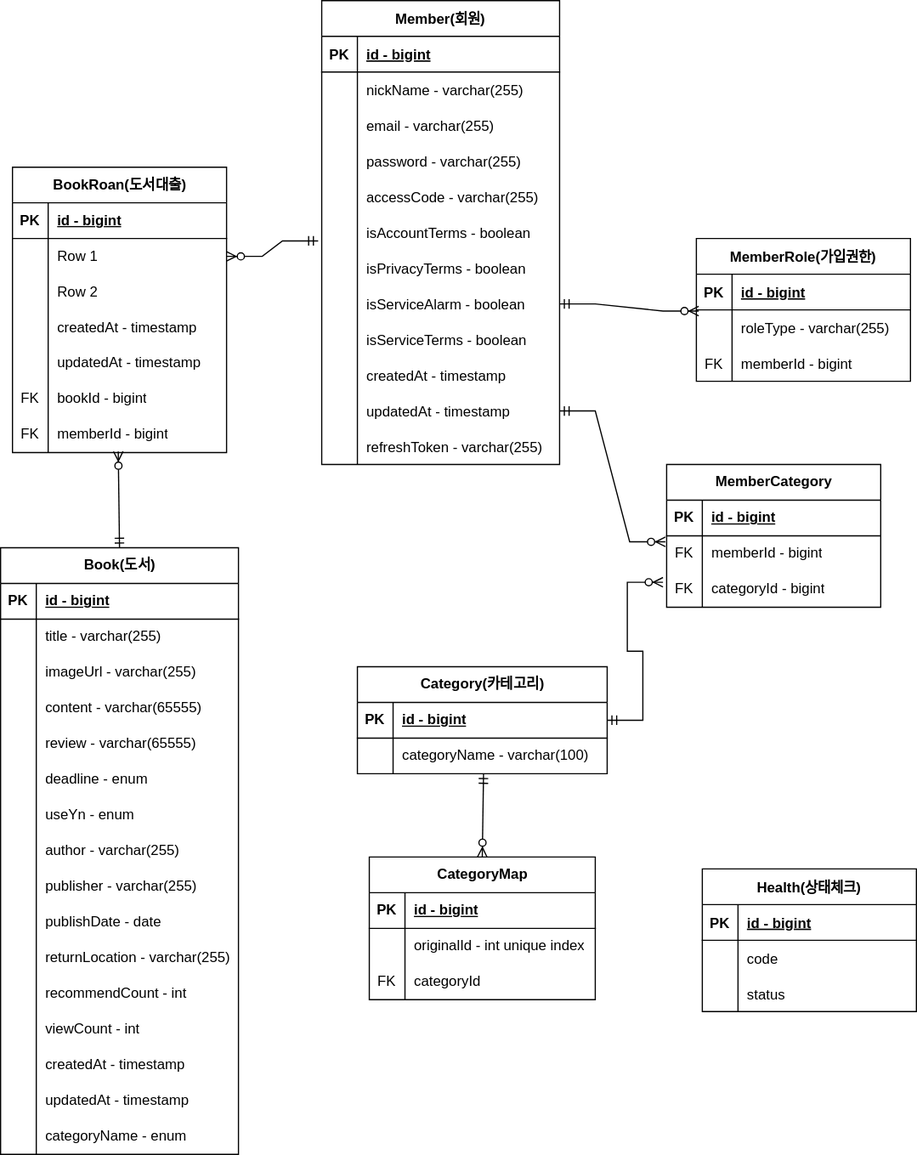
dukki-labs/litarary keeps this draw.io diagram as document/litarary.drawio.svg. Above is the earlier version. Source tidied: cells renumbered, new cells last; positions are measured from the earlier drawing's top-left corner, leaving out a move shared by most shapes.
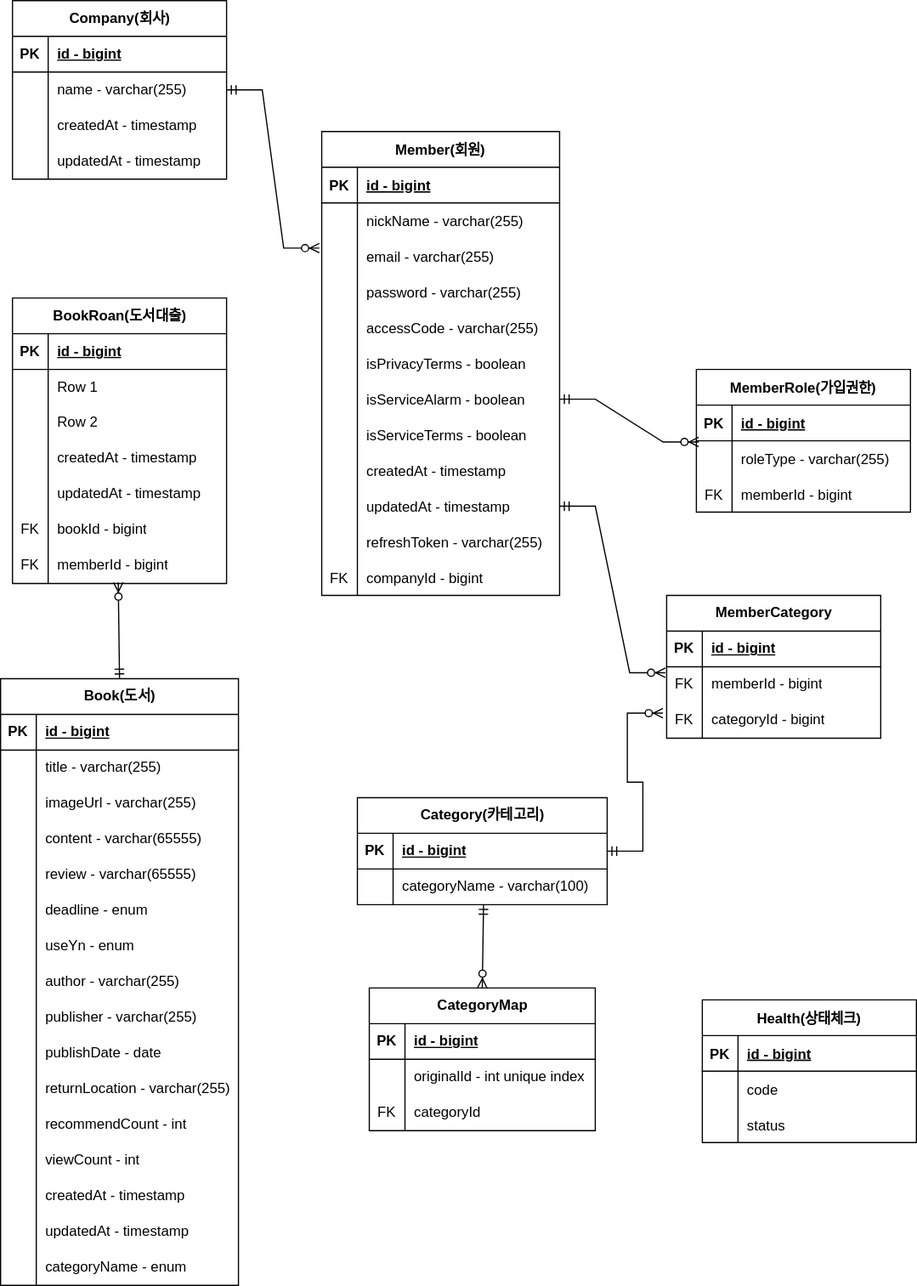
After the change.

What changed in the source:
```diff
@@ -80,17 +80,8 @@
     <mxCell id="27" value="accessCode - varchar(255)" style="shape=partialRectangle;fillColor=none;top=0;left=0;bottom=0;right=0;align=left;spacingLeft=6;overflow=hidden;" parent="25" vertex="1">
       <mxGeometry x="30" width="170" height="30" as="geometry" />
     </mxCell>
-    <mxCell id="28" style="shape=tableRow;horizontal=0;startSize=0;swimlaneHead=0;swimlaneBody=0;fillColor=none;points=[[0,0.5],[1,0.5]];portConstraint=eastwest;top=0;left=0;right=0;bottom=0;" parent="12" vertex="1">
-      <mxGeometry y="180" width="200" height="30" as="geometry" />
-    </mxCell>
-    <mxCell id="29" style="shape=partialRectangle;fillColor=none;top=0;left=0;bottom=0;right=0;overflow=hidden;" parent="28" vertex="1">
-      <mxGeometry width="30" height="30" as="geometry" />
-    </mxCell>
-    <mxCell id="30" value="isAccountTerms - boolean" style="shape=partialRectangle;fillColor=none;top=0;left=0;bottom=0;right=0;align=left;spacingLeft=6;overflow=hidden;" parent="28" vertex="1">
-      <mxGeometry x="30" width="170" height="30" as="geometry" />
-    </mxCell>
     <mxCell id="31" style="shape=tableRow;horizontal=0;startSize=0;swimlaneHead=0;swimlaneBody=0;fillColor=none;top=0;left=0;right=0;bottom=0;" parent="12" vertex="1">
-      <mxGeometry y="210" width="200" height="30" as="geometry" />
+      <mxGeometry y="180" width="200" height="30" as="geometry" />
     </mxCell>
     <mxCell id="32" style="shape=partialRectangle;fillColor=none;top=0;left=0;bottom=0;right=0;overflow=hidden;" parent="31" vertex="1">
       <mxGeometry width="30" height="30" as="geometry" />
@@ -99,7 +90,7 @@
       <mxGeometry x="30" width="170" height="30" as="geometry" />
     </mxCell>
     <mxCell id="34" style="shape=tableRow;horizontal=0;startSize=0;swimlaneHead=0;swimlaneBody=0;fillColor=none;points=[[0,0.5],[1,0.5]];portConstraint=eastwest;top=0;left=0;right=0;bottom=0;" parent="12" vertex="1">
-      <mxGeometry y="240" width="200" height="30" as="geometry" />
+      <mxGeometry y="210" width="200" height="30" as="geometry" />
     </mxCell>
     <mxCell id="35" style="shape=partialRectangle;fillColor=none;top=0;left=0;bottom=0;right=0;overflow=hidden;" parent="34" vertex="1">
       <mxGeometry width="30" height="30" as="geometry" />
@@ -108,7 +99,7 @@
       <mxGeometry x="30" width="170" height="30" as="geometry" />
     </mxCell>
     <mxCell id="37" style="shape=tableRow;horizontal=0;startSize=0;swimlaneHead=0;swimlaneBody=0;fillColor=none;top=0;left=0;right=0;bottom=0;" parent="12" vertex="1">
-      <mxGeometry y="270" width="200" height="30" as="geometry" />
+      <mxGeometry y="240" width="200" height="30" as="geometry" />
     </mxCell>
     <mxCell id="38" style="shape=partialRectangle;fillColor=none;top=0;left=0;bottom=0;right=0;overflow=hidden;" parent="37" vertex="1">
       <mxGeometry width="30" height="30" as="geometry" />
@@ -117,7 +108,7 @@
       <mxGeometry x="30" width="170" height="30" as="geometry" />
     </mxCell>
     <mxCell id="40" style="shape=tableRow;horizontal=0;startSize=0;swimlaneHead=0;swimlaneBody=0;fillColor=none;top=0;left=0;right=0;bottom=0;" parent="12" vertex="1">
-      <mxGeometry y="300" width="200" height="30" as="geometry" />
+      <mxGeometry y="270" width="200" height="30" as="geometry" />
     </mxCell>
     <mxCell id="41" style="shape=partialRectangle;fillColor=none;top=0;left=0;bottom=0;right=0;overflow=hidden;" parent="40" vertex="1">
       <mxGeometry width="30" height="30" as="geometry" />
@@ -126,7 +117,7 @@
       <mxGeometry x="30" width="170" height="30" as="geometry" />
     </mxCell>
     <mxCell id="43" style="shape=tableRow;horizontal=0;startSize=0;swimlaneHead=0;swimlaneBody=0;fillColor=none;points=[[0,0.5],[1,0.5]];portConstraint=eastwest;top=0;left=0;right=0;bottom=0;" parent="12" vertex="1">
-      <mxGeometry y="330" width="200" height="30" as="geometry" />
+      <mxGeometry y="300" width="200" height="30" as="geometry" />
     </mxCell>
     <mxCell id="44" style="shape=partialRectangle;fillColor=none;top=0;left=0;bottom=0;right=0;overflow=hidden;" parent="43" vertex="1">
       <mxGeometry width="30" height="30" as="geometry" />
@@ -135,7 +126,7 @@
       <mxGeometry x="30" width="170" height="30" as="geometry" />
     </mxCell>
     <mxCell id="46" style="shape=tableRow;horizontal=0;startSize=0;swimlaneHead=0;swimlaneBody=0;fillColor=none;top=0;left=0;right=0;bottom=0;" parent="12" vertex="1">
-      <mxGeometry y="360" width="200" height="30" as="geometry" />
+      <mxGeometry y="330" width="200" height="30" as="geometry" />
     </mxCell>
     <mxCell id="47" style="shape=partialRectangle;fillColor=none;top=0;left=0;bottom=0;right=0;overflow=hidden;" parent="46" vertex="1">
       <mxGeometry width="30" height="30" as="geometry" />
@@ -143,6 +134,15 @@
     <mxCell id="48" value="refreshToken - varchar(255)" style="shape=partialRectangle;fillColor=none;top=0;left=0;bottom=0;right=0;align=left;spacingLeft=6;overflow=hidden;" parent="46" vertex="1">
       <mxGeometry x="30" width="170" height="30" as="geometry" />
     </mxCell>
+    <mxCell id="163" style="shape=tableRow;horizontal=0;startSize=0;swimlaneHead=0;swimlaneBody=0;fillColor=none;top=0;left=0;right=0;bottom=0;" parent="12" vertex="1">
+      <mxGeometry y="360" width="200" height="30" as="geometry" />
+    </mxCell>
+    <mxCell id="164" value="FK" style="shape=partialRectangle;fillColor=none;top=0;left=0;bottom=0;right=0;overflow=hidden;" parent="163" vertex="1">
+      <mxGeometry width="30" height="30" as="geometry" />
+    </mxCell>
+    <mxCell id="165" value="companyId - bigint" style="shape=partialRectangle;fillColor=none;top=0;left=0;bottom=0;right=0;align=left;spacingLeft=6;overflow=hidden;" parent="163" vertex="1">
+      <mxGeometry x="30" width="170" height="30" as="geometry" />
+    </mxCell>
     <mxCell id="49" value="MemberRole(가입권한)" style="shape=table;startSize=30;rowLines=0;fontStyle=1;align=center;" parent="1" vertex="1">
       <mxGeometry x="585" y="200" width="180" height="120" as="geometry" />
     </mxCell>
@@ -443,9 +443,6 @@
     <mxCell id="148" value="memberId - bigint" style="shape=partialRectangle;fillColor=none;top=0;left=0;bottom=0;right=0;align=left;spacingLeft=6;overflow=hidden;whiteSpace=wrap;html=1;" parent="146" vertex="1">
       <mxGeometry x="30" width="150" height="30" as="geometry" />
     </mxCell>
-    <mxCell id="149" style="edgeStyle=entityRelationEdgeStyle;fontSize=12;html=1;endArrow=ERzeroToMany;startArrow=ERmandOne;rounded=0;exitX=-0.015;exitY=0.733;exitDx=0;exitDy=0;exitPerimeter=0;" parent="1" edge="1" source="28" target="131">
-      <mxGeometry relative="1" as="geometry" />
-    </mxCell>
     <mxCell id="150" style="fontSize=12;html=1;endArrow=ERzeroToMany;startArrow=ERmandOne;rounded=0;entryX=0.494;entryY=0.967;entryDx=0;entryDy=0;entryPerimeter=0;exitX=0.5;exitY=0;exitDx=0;exitDy=0;" parent="1" edge="1" source="78" target="146">
       <mxGeometry relative="1" as="geometry" />
     </mxCell>
@@ -485,5 +482,47 @@
     <mxCell id="162" style="edgeStyle=entityRelationEdgeStyle;fontSize=12;html=1;endArrow=ERzeroToMany;startArrow=ERmandOne;rounded=0;exitX=1;exitY=0.5;exitDx=0;exitDy=0;entryX=-0.017;entryY=0.3;entryDx=0;entryDy=0;entryPerimeter=0;" parent="1" edge="1" source="61" target="158">
       <mxGeometry relative="1" as="geometry" />
     </mxCell>
+    <mxCell id="166" value="Company(회사)" style="shape=table;startSize=30;rowLines=0;fontStyle=1;align=center;html=1;" parent="1" vertex="1">
+      <mxGeometry x="10" y="-110" width="180" height="150" as="geometry" />
+    </mxCell>
+    <mxCell id="167" style="shape=tableRow;horizontal=0;startSize=0;swimlaneHead=0;swimlaneBody=0;fillColor=none;top=0;left=0;right=0;bottom=1;" parent="166" vertex="1">
+      <mxGeometry y="30" width="180" height="30" as="geometry" />
+    </mxCell>
+    <mxCell id="168" value="PK" style="shape=partialRectangle;fillColor=none;top=0;left=0;bottom=0;right=0;fontStyle=1;overflow=hidden;whiteSpace=wrap;html=1;" parent="167" vertex="1">
+      <mxGeometry width="30" height="30" as="geometry" />
+    </mxCell>
+    <mxCell id="169" value="id - bigint" style="shape=partialRectangle;fillColor=none;top=0;left=0;bottom=0;right=0;align=left;spacingLeft=6;fontStyle=5;overflow=hidden;whiteSpace=wrap;html=1;" parent="167" vertex="1">
+      <mxGeometry x="30" width="150" height="30" as="geometry" />
+    </mxCell>
+    <mxCell id="170" style="shape=tableRow;horizontal=0;startSize=0;swimlaneHead=0;swimlaneBody=0;fillColor=none;points=[[0,0.5],[1,0.5]];portConstraint=eastwest;top=0;left=0;right=0;bottom=0;" parent="166" vertex="1">
+      <mxGeometry y="60" width="180" height="30" as="geometry" />
+    </mxCell>
+    <mxCell id="171" style="shape=partialRectangle;fillColor=none;top=0;left=0;bottom=0;right=0;overflow=hidden;whiteSpace=wrap;html=1;" parent="170" vertex="1">
+      <mxGeometry width="30" height="30" as="geometry" />
+    </mxCell>
+    <mxCell id="172" value="name - varchar(255)" style="shape=partialRectangle;fillColor=none;top=0;left=0;bottom=0;right=0;align=left;spacingLeft=6;overflow=hidden;whiteSpace=wrap;html=1;" parent="170" vertex="1">
+      <mxGeometry x="30" width="150" height="30" as="geometry" />
+    </mxCell>
+    <mxCell id="173" style="shape=tableRow;horizontal=0;startSize=0;swimlaneHead=0;swimlaneBody=0;fillColor=none;top=0;left=0;right=0;bottom=0;" parent="166" vertex="1">
+      <mxGeometry y="90" width="180" height="30" as="geometry" />
+    </mxCell>
+    <mxCell id="174" style="shape=partialRectangle;fillColor=none;top=0;left=0;bottom=0;right=0;overflow=hidden;whiteSpace=wrap;html=1;" parent="173" vertex="1">
+      <mxGeometry width="30" height="30" as="geometry" />
+    </mxCell>
+    <mxCell id="175" value="createdAt - timestamp" style="shape=partialRectangle;fillColor=none;top=0;left=0;bottom=0;right=0;align=left;spacingLeft=6;overflow=hidden;whiteSpace=wrap;html=1;" parent="173" vertex="1">
+      <mxGeometry x="30" width="150" height="30" as="geometry" />
+    </mxCell>
+    <mxCell id="176" style="shape=tableRow;horizontal=0;startSize=0;swimlaneHead=0;swimlaneBody=0;fillColor=none;top=0;left=0;right=0;bottom=0;" parent="166" vertex="1">
+      <mxGeometry y="120" width="180" height="30" as="geometry" />
+    </mxCell>
+    <mxCell id="177" style="shape=partialRectangle;fillColor=none;top=0;left=0;bottom=0;right=0;overflow=hidden;whiteSpace=wrap;html=1;" parent="176" vertex="1">
+      <mxGeometry width="30" height="30" as="geometry" />
+    </mxCell>
+    <mxCell id="178" value="updatedAt - timestamp" style="shape=partialRectangle;fillColor=none;top=0;left=0;bottom=0;right=0;align=left;spacingLeft=6;overflow=hidden;whiteSpace=wrap;html=1;" parent="176" vertex="1">
+      <mxGeometry x="30" width="150" height="30" as="geometry" />
+    </mxCell>
+    <mxCell id="179" style="edgeStyle=entityRelationEdgeStyle;fontSize=12;html=1;endArrow=ERzeroToMany;startArrow=ERmandOne;rounded=0;exitX=1;exitY=0.5;exitDx=0;exitDy=0;entryX=-0.01;entryY=0.267;entryDx=0;entryDy=0;entryPerimeter=0;" parent="1" edge="1" source="170" target="19">
+      <mxGeometry relative="1" as="geometry" />
+    </mxCell>
   </root>
 </mxGraphModel>
```
